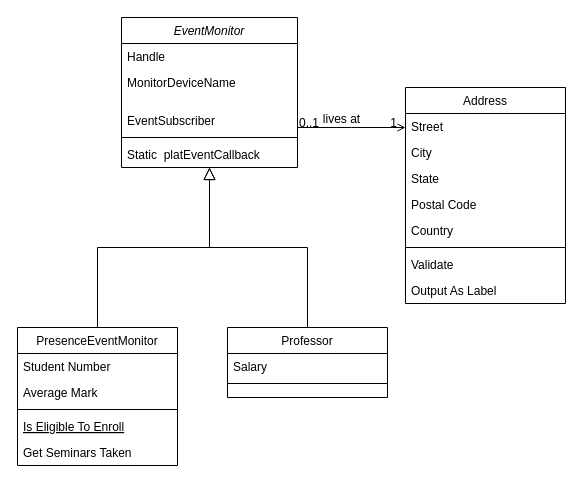
Before: UML/Untitled Diagram.drawio in Steve888888/FN-Redundancy, a draw.io diagram. Source tidied: cells renumbered, new cells numbered last; positions are measured from the earlier drawing's top-left corner, leaving out a move shared by most shapes. Both pictures are drawn from the tidied source at 100%, with x=0, y=0 at pixel (17, 17).
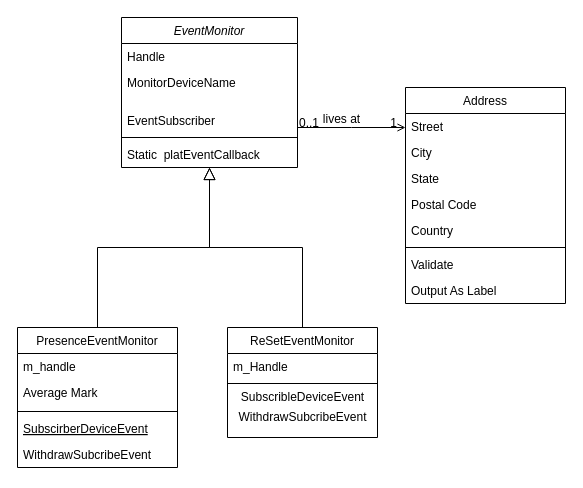
The same diagram, later.

What changed in the source:
```diff
@@
     <mxCell id="8" value="PresenceEventMonitor" style="swimlane;fontStyle=0;align=center;verticalAlign=top;horizontal=1;startSize=26;rounded=0;shadow=0;strokeWidth=1;" parent="1" vertex="1">
-      <mxGeometry y="310" width="160" height="138" as="geometry" />
+      <mxGeometry y="310" width="160" height="140" as="geometry" />
     </mxCell>
-    <mxCell id="9" value="Student Number" style="text;align=left;verticalAlign=top;spacingLeft=4;spacingRight=4;overflow=hidden;" parent="8" vertex="1">
+    <mxCell id="9" value="m_handle" style="text;align=left;verticalAlign=top;spacingLeft=4;spacingRight=4;overflow=hidden;" parent="8" vertex="1">
       <mxGeometry y="26" width="160" height="26" as="geometry" />
     </mxCell>
     <mxCell id="10" value="Average Mark" style="text;align=left;verticalAlign=top;spacingLeft=4;spacingRight=4;overflow=hidden;rounded=0;shadow=0;html=0;" parent="8" vertex="1">
-      <mxGeometry y="52" width="160" height="26" as="geometry" />
+      <mxGeometry y="52" width="160" height="28" as="geometry" />
     </mxCell>
     <mxCell id="11" style="line;html=1;strokeWidth=1;align=left;verticalAlign=middle;spacingTop=-1;spacingLeft=3;spacingRight=3;labelPosition=right;" parent="8" vertex="1">
-      <mxGeometry y="78" width="160" height="8" as="geometry" />
+      <mxGeometry y="80" width="160" height="8" as="geometry" />
     </mxCell>
-    <mxCell id="12" value="Is Eligible To Enroll" style="text;align=left;verticalAlign=top;spacingLeft=4;spacingRight=4;overflow=hidden;fontStyle=4;" parent="8" vertex="1">
-      <mxGeometry y="86" width="160" height="26" as="geometry" />
+    <mxCell id="12" value="SubscirberDeviceEvent" style="text;align=left;verticalAlign=top;spacingLeft=4;spacingRight=4;overflow=hidden;fontStyle=4;" parent="8" vertex="1">
+      <mxGeometry y="88" width="160" height="26" as="geometry" />
     </mxCell>
-    <mxCell id="13" value="Get Seminars Taken" style="text;align=left;verticalAlign=top;spacingLeft=4;spacingRight=4;overflow=hidden;" parent="8" vertex="1">
-      <mxGeometry y="112" width="160" height="26" as="geometry" />
+    <mxCell id="13" value="WithdrawSubcribeEvent" style="text;align=left;verticalAlign=top;spacingLeft=4;spacingRight=4;overflow=hidden;" parent="8" vertex="1">
+      <mxGeometry y="114" width="160" height="26" as="geometry" />
     </mxCell>
@@
-    <mxCell id="15" value="Professor" style="swimlane;fontStyle=0;align=center;verticalAlign=top;horizontal=1;startSize=26;rounded=0;shadow=0;strokeWidth=1;" parent="1" vertex="1">
-      <mxGeometry x="210" y="310" width="160" height="70" as="geometry" />
+    <mxCell id="15" value="ReSetEventMonitor" style="swimlane;fontStyle=0;align=center;verticalAlign=top;horizontal=1;startSize=26;rounded=0;shadow=0;strokeWidth=1;" parent="1" vertex="1">
+      <mxGeometry x="210" y="310" width="150" height="110" as="geometry" />
     </mxCell>
-    <mxCell id="16" value="Salary" style="text;align=left;verticalAlign=top;spacingLeft=4;spacingRight=4;overflow=hidden;" parent="15" vertex="1">
-      <mxGeometry y="26" width="160" height="26" as="geometry" />
+    <mxCell id="16" value="m_Handle" style="text;align=left;verticalAlign=top;spacingLeft=4;spacingRight=4;overflow=hidden;" parent="15" vertex="1">
+      <mxGeometry y="26" width="150" height="26" as="geometry" />
     </mxCell>
     <mxCell id="17" style="line;html=1;strokeWidth=1;align=left;verticalAlign=middle;spacingTop=-1;spacingLeft=3;spacingRight=3;labelPosition=right;" parent="15" vertex="1">
-      <mxGeometry y="52" width="160" height="8" as="geometry" />
+      <mxGeometry y="52" width="150" height="8" as="geometry" />
     </mxCell>
+    <mxCell id="32" value="SubscribleDeviceEvent" style="text;html=1;align=center;verticalAlign=middle;strokeColor=none;fillColor=none;fontColor=none;" parent="15" vertex="1">
+      <mxGeometry y="60" width="150" height="20" as="geometry" />
+    </mxCell>
+    <mxCell id="33" value="&lt;span style=&quot;text-align: left&quot;&gt;WithdrawSubcribeEvent&lt;/span&gt;" style="text;html=1;align=center;verticalAlign=middle;strokeColor=none;fillColor=none;fontColor=none;" parent="15" vertex="1">
+      <mxGeometry y="80" width="150" height="20" as="geometry" />
+    </mxCell>
```
